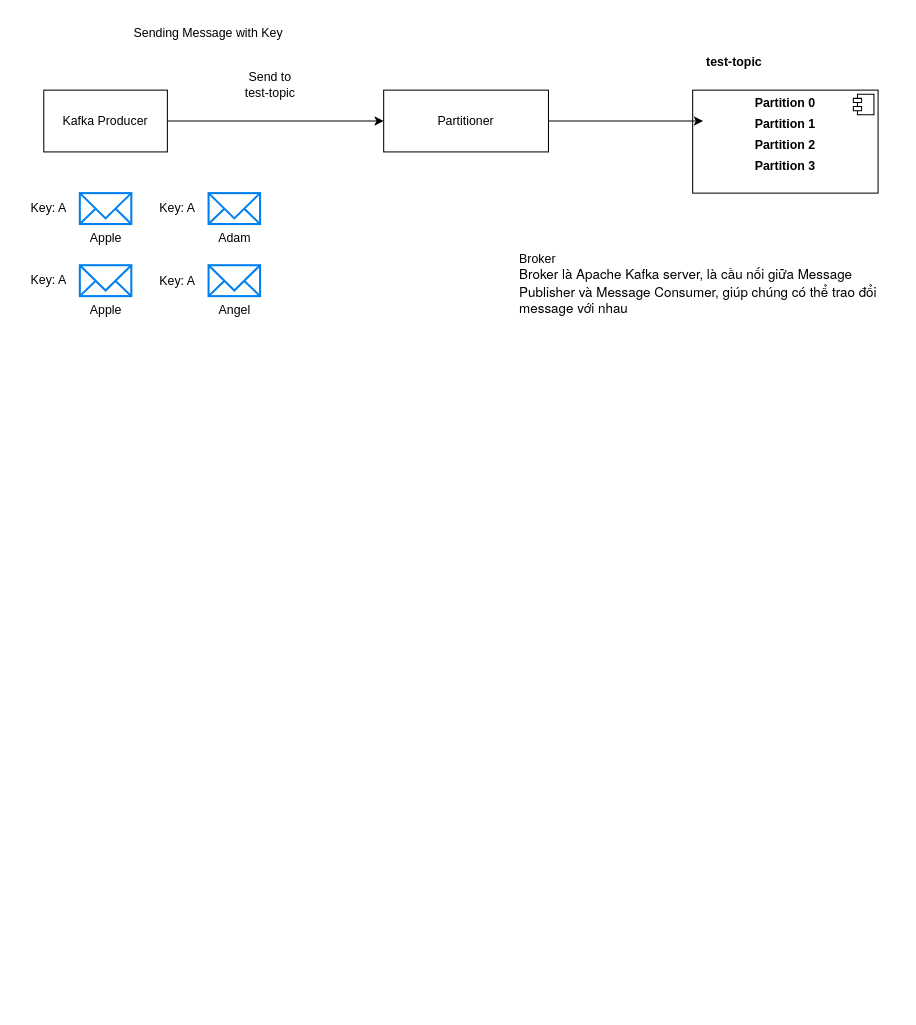
Before: page "Kafka" (4 of 6) of Realtime.drawio in tuankhoi2206/Draft-system-overview, a draw.io diagram. Source tidied: cells renumbered, new cells numbered last; positions are measured from the earlier drawing's top-left corner, leaving out a move shared by most shapes. Both pictures are drawn from the tidied source at 103%, with x=0, y=0 at pixel (18, 18).
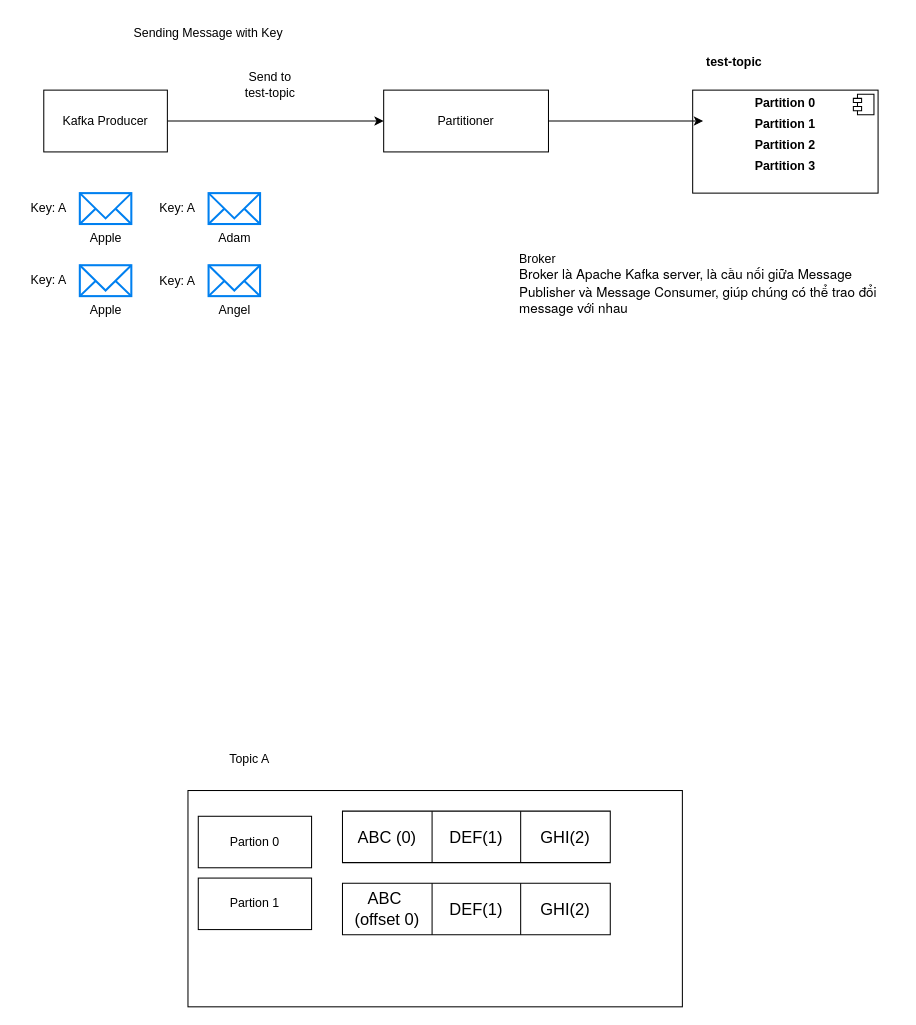
After the change.

What changed in the source:
```diff
@@
+    <mxCell id="20" style="rounded=0;whiteSpace=wrap;html=1;" parent="1" vertex="1">
+      <mxGeometry x="165" y="750" width="480" height="210" as="geometry" />
+    </mxCell>
+    <mxCell id="21" value="Topic A" style="text;html=1;align=center;verticalAlign=middle;whiteSpace=wrap;rounded=0;" parent="1" vertex="1">
+      <mxGeometry x="165" y="700" width="120" height="40" as="geometry" />
+    </mxCell>
+    <mxCell id="22" style="shape=table;startSize=0;childLayout=tableLayout;fontSize=16;" parent="1" vertex="1">
+      <mxGeometry x="315" y="770" width="260" height="50" as="geometry" />
+    </mxCell>
+    <mxCell id="23" style="shape=tableRow;horizontal=0;startSize=0;swimlaneHead=0;swimlaneBody=0;strokeColor=inherit;top=0;left=0;bottom=0;right=0;fillColor=none;fontSize=16;" parent="22" vertex="1">
+      <mxGeometry width="260" height="50" as="geometry" />
+    </mxCell>
+    <mxCell id="24" value="ABC (0)" style="shape=partialRectangle;html=1;whiteSpace=wrap;strokeColor=inherit;overflow=hidden;fillColor=none;top=0;left=0;bottom=0;right=0;fontSize=16;" parent="23" vertex="1">
+      <mxGeometry width="87" height="50" as="geometry" />
+    </mxCell>
+    <mxCell id="25" value="DEF(1)" style="shape=partialRectangle;html=1;whiteSpace=wrap;strokeColor=inherit;overflow=hidden;fillColor=none;top=0;left=0;bottom=0;right=0;fontSize=16;" parent="23" vertex="1">
+      <mxGeometry x="87" width="86" height="50" as="geometry" />
+    </mxCell>
+    <mxCell id="26" value="GHI(2)" style="shape=partialRectangle;html=1;whiteSpace=wrap;strokeColor=inherit;overflow=hidden;fillColor=none;top=0;left=0;bottom=0;right=0;fontSize=16;" parent="23" vertex="1">
+      <mxGeometry x="173" width="87" height="50" as="geometry" />
+    </mxCell>
+    <mxCell id="27" style="shape=table;startSize=0;childLayout=tableLayout;fontSize=16;" parent="1" vertex="1">
+      <mxGeometry x="315" y="840" width="260" height="50" as="geometry" />
+    </mxCell>
+    <mxCell id="28" style="shape=tableRow;horizontal=0;startSize=0;swimlaneHead=0;swimlaneBody=0;strokeColor=inherit;top=0;left=0;bottom=0;right=0;fillColor=none;fontSize=16;" parent="27" vertex="1">
+      <mxGeometry width="260" height="50" as="geometry" />
+    </mxCell>
+    <mxCell id="29" value="ABC&amp;nbsp;&lt;div&gt;(offset 0)&lt;/div&gt;" style="shape=partialRectangle;html=1;whiteSpace=wrap;strokeColor=inherit;overflow=hidden;fillColor=none;top=0;left=0;bottom=0;right=0;fontSize=16;align=center;verticalAlign=middle;" parent="28" vertex="1">
+      <mxGeometry width="87" height="50" as="geometry" />
+    </mxCell>
+    <mxCell id="30" value="DEF(1)" style="shape=partialRectangle;html=1;whiteSpace=wrap;strokeColor=inherit;overflow=hidden;fillColor=none;top=0;left=0;bottom=0;right=0;fontSize=16;" parent="28" vertex="1">
+      <mxGeometry x="87" width="86" height="50" as="geometry" />
+    </mxCell>
+    <mxCell id="31" value="GHI(2)" style="shape=partialRectangle;html=1;whiteSpace=wrap;strokeColor=inherit;overflow=hidden;fillColor=none;top=0;left=0;bottom=0;right=0;fontSize=16;" parent="28" vertex="1">
+      <mxGeometry x="173" width="87" height="50" as="geometry" />
+    </mxCell>
+    <mxCell id="32" value="Partion 0" style="html=1;whiteSpace=wrap;" parent="1" vertex="1">
+      <mxGeometry x="175" y="775" width="110" height="50" as="geometry" />
+    </mxCell>
+    <mxCell id="33" value="Partion 1" style="html=1;whiteSpace=wrap;" parent="1" vertex="1">
+      <mxGeometry x="175" y="835" width="110" height="50" as="geometry" />
+    </mxCell>
```
